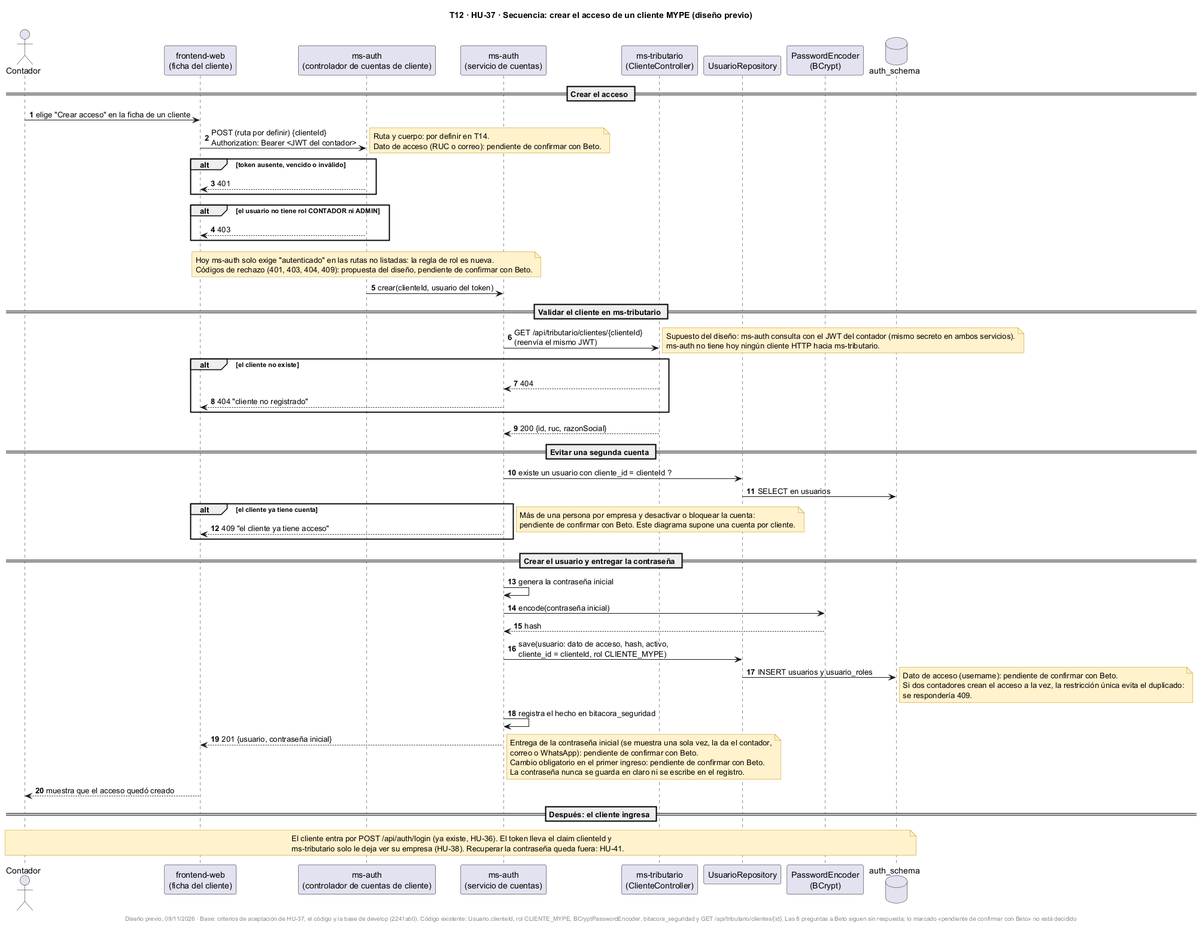
Above: docs/uml/img/T12-HU37-secuencia-crear-acceso-cliente.png in fabianrodriguez33/plus-contable (PlantUML), before the change.
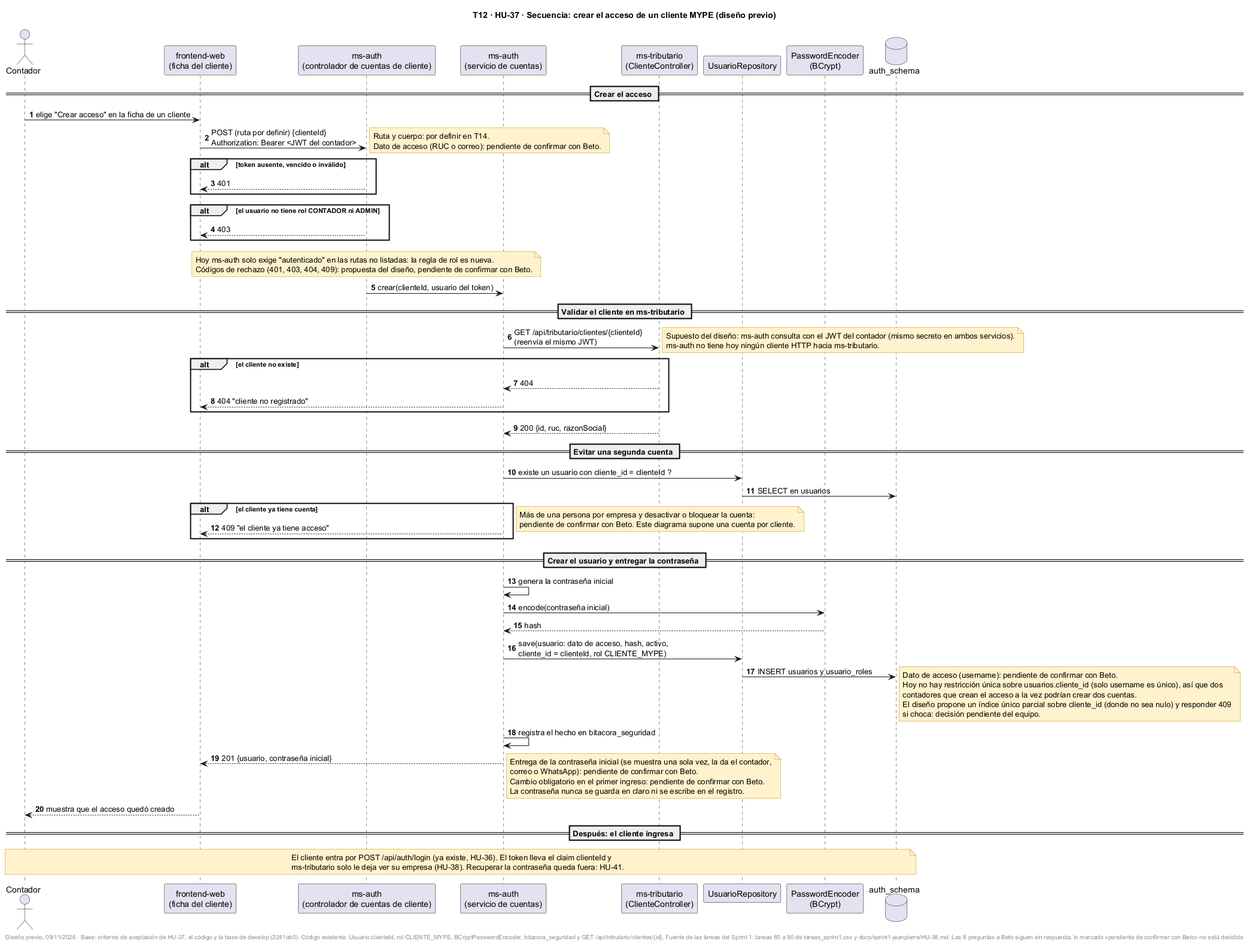
The same diagram one commit later.

Change to the diagram source:
```diff
@@ -64,8 +64,10 @@
 UR -> DB : INSERT usuarios y usuario_roles
 note right
   Dato de acceso (username): pendiente de confirmar con Beto.
-  Si dos contadores crean el acceso a la vez, la restricción única evita el duplicado:
-  se respondería 409.
+  Hoy no hay restricción única sobre usuarios.cliente_id (solo username es único), así que dos
+  contadores que crean el acceso a la vez podrían crear dos cuentas.
+  El diseño propone un índice único parcial sobre cliente_id (donde no sea nulo) y responder 409
+  si choca: decisión pendiente del equipo.
 end note
 AS -> AS : registra el hecho en bitacora_seguridad
 AS --> FE : 201 {usuario, contraseña inicial}
@@ -83,5 +85,5 @@
   ms-tributario solo le deja ver su empresa (HU-38). Recuperar la contraseña queda fuera: HU-41.
 end note
 
-footer Diseño previo, 09/11/2026 · Base: criterios de aceptación de HU-37, el código y la base de develop (2241ab0). Código existente: Usuario.clienteId, rol CLIENTE_MYPE, BCryptPasswordEncoder, bitacora_seguridad y GET /api/tributario/clientes/{id}. Las 8 preguntas a Beto siguen sin respuesta; lo marcado «pendiente de confirmar con Beto» no está decidido
+footer Diseño previo, 09/11/2026 · Base: criterios de aceptación de HU-37, el código y la base de develop (2241ab0). Código existente: Usuario.clienteId, rol CLIENTE_MYPE, BCryptPasswordEncoder, bitacora_seguridad y GET /api/tributario/clientes/{id}. Fuente de las tareas del Sprint 1: tareas 85 a 90 de tareas_sprint1.csv y docs/sprint1-jeanpierre/HU-38.md. Las 8 preguntas a Beto siguen sin respuesta; lo marcado «pendiente de confirmar con Beto» no está decidido
 @enduml
```
